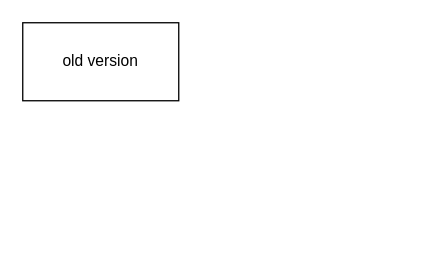
yanickxia/drawio keeps this draw.io diagram as ext-for-hot-restart.drawio. Above is the earlier version. Source tidied: cells renumbered, new cells numbered last; positions are measured from the earlier drawing's top-left corner, leaving out a move shared by most shapes. Both pictures are drawn from the tidied source at 130%, with x=0, y=0 at pixel (22, 22).
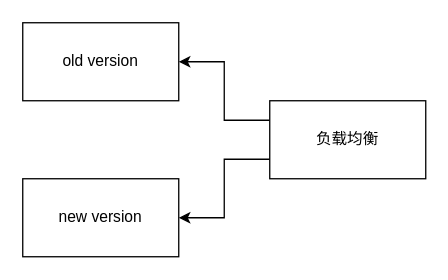
After the change.

Diff of the diagram source:
```diff
@@
 <mxGraphModel>
   <root>
     <mxCell id="0" />
     <mxCell id="1" parent="0" />
     <mxCell id="2" value="old version" style="rounded=0;whiteSpace=wrap;html=1;" parent="1" vertex="1">
       <mxGeometry width="120" height="60" as="geometry" />
     </mxCell>
+    <mxCell id="3" value="new version" style="rounded=0;whiteSpace=wrap;html=1;" parent="1" vertex="1">
+      <mxGeometry y="120" width="120" height="60" as="geometry" />
+    </mxCell>
+    <mxCell id="4" style="edgeStyle=orthogonalEdgeStyle;rounded=0;jettySize=auto;html=1;exitX=0;exitY=0.25;exitDx=0;exitDy=0;" parent="1" edge="1" source="6" target="2">
+      <mxGeometry relative="1" as="geometry" />
+    </mxCell>
+    <mxCell id="5" style="edgeStyle=orthogonalEdgeStyle;rounded=0;jettySize=auto;html=1;exitX=0;exitY=0.75;exitDx=0;exitDy=0;entryX=1;entryY=0.5;entryDx=0;entryDy=0;" parent="1" edge="1" source="6" target="3">
+      <mxGeometry relative="1" as="geometry" />
+    </mxCell>
+    <mxCell id="6" value="负载均衡" style="rounded=0;whiteSpace=wrap;html=1;" parent="1" vertex="1">
+      <mxGeometry x="190" y="60" width="120" height="60" as="geometry" />
+    </mxCell>
   </root>
 </mxGraphModel>
```
